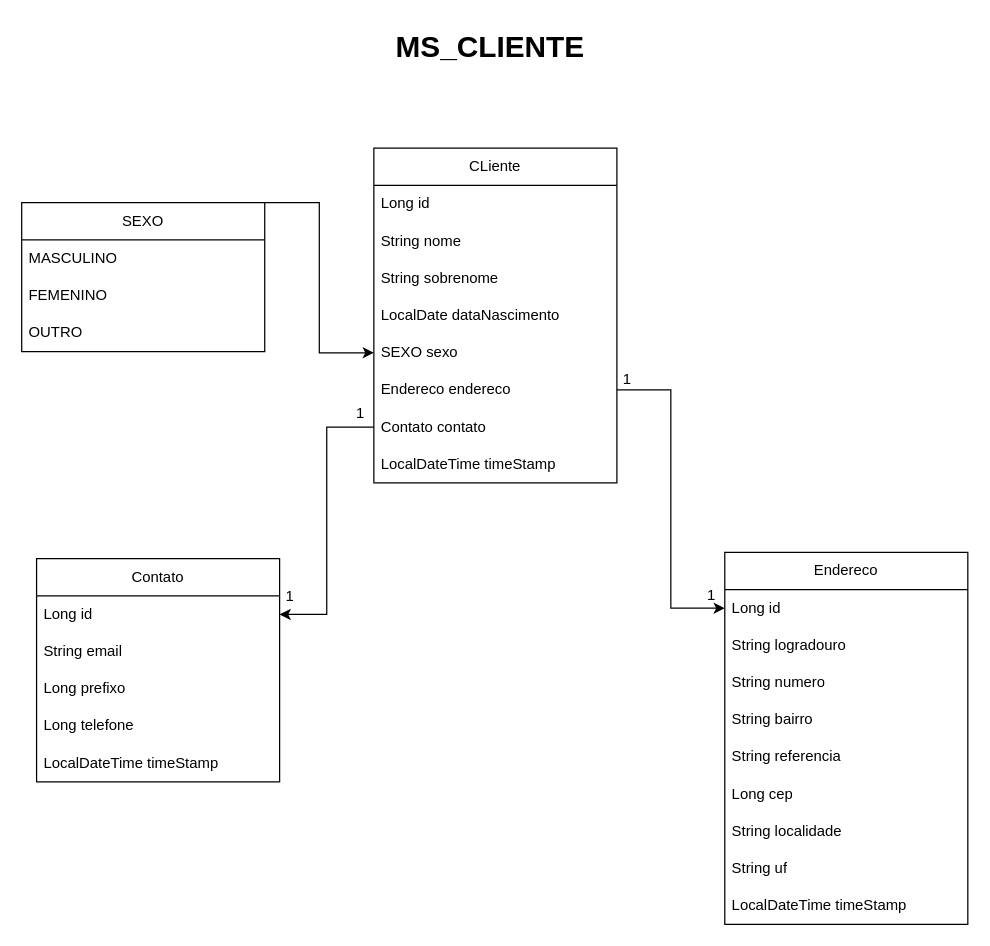
Before: page "Diagrama de entidade e relacionamento MS_Cliente" (2 of 5) of Doc/Diagrama de Entidade e Relacionamento.drawio in marcelquin/new-Backend-project-Services-FullStack, a draw.io diagram. Source tidied: cells renumbered, new cells numbered last; positions are measured from the earlier drawing's top-left corner, leaving out a move shared by most shapes. Both pictures are drawn from the tidied source at 124%, with x=0, y=0 at pixel (21, 21).
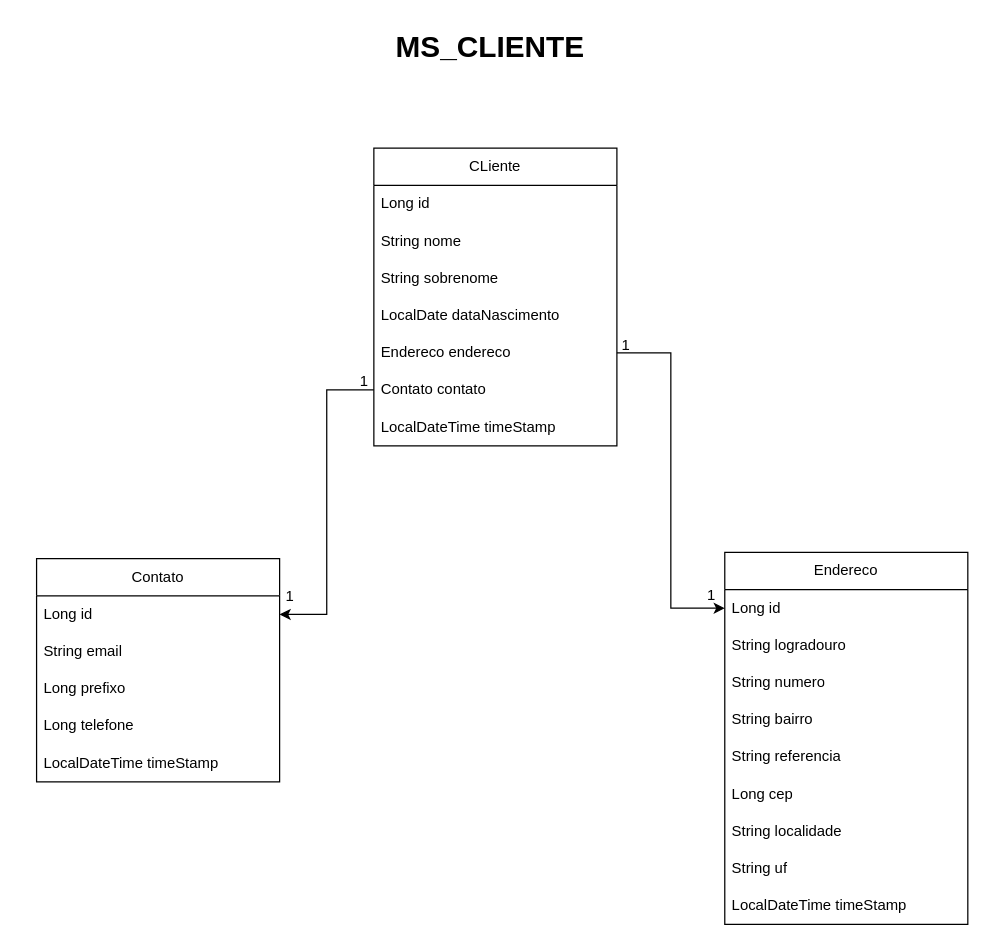
The same page after the edit.

Diff of the diagram source:
```diff
@@
-    <mxCell id="2" style="edgeStyle=orthogonalEdgeStyle;rounded=0;jettySize=auto;html=1;exitX=1;exitY=0;exitDx=0;exitDy=0;entryX=0;entryY=0.5;entryDx=0;entryDy=0;" parent="1" edge="1" source="3" target="12">
-      <mxGeometry relative="1" as="geometry">
-        <Array as="points">
-          <mxPoint x="240" y="146" />
-          <mxPoint x="240" y="267" />
-        </Array>
-      </mxGeometry>
-    </mxCell>
-    <mxCell id="3" value="SEXO" style="swimlane;fontStyle=0;horizontal=1;startSize=30;whiteSpace=wrap;html=1;" parent="1" vertex="1">
-      <mxGeometry y="146" width="196" height="120" as="geometry" />
-    </mxCell>
-    <mxCell id="4" value="MASCULINO" style="text;strokeColor=none;fillColor=none;align=left;verticalAlign=middle;spacingLeft=4;spacingRight=4;overflow=hidden;whiteSpace=wrap;html=1;" parent="3" vertex="1">
-      <mxGeometry y="30" width="196" height="30" as="geometry" />
-    </mxCell>
-    <mxCell id="5" value="FEMENINO" style="text;strokeColor=none;fillColor=none;align=left;verticalAlign=middle;spacingLeft=4;spacingRight=4;overflow=hidden;whiteSpace=wrap;html=1;" parent="3" vertex="1">
-      <mxGeometry y="60" width="196" height="30" as="geometry" />
-    </mxCell>
-    <mxCell id="6" value="OUTRO" style="text;strokeColor=none;fillColor=none;align=left;verticalAlign=middle;spacingLeft=4;spacingRight=4;overflow=hidden;whiteSpace=wrap;html=1;" parent="3" vertex="1">
-      <mxGeometry y="90" width="196" height="30" as="geometry" />
-    </mxCell>
     <mxCell id="7" value="CLiente" style="swimlane;fontStyle=0;horizontal=1;startSize=30;whiteSpace=wrap;html=1;" parent="1" vertex="1">
-      <mxGeometry x="284" y="102" width="196" height="270" as="geometry" />
+      <mxGeometry x="284" y="102" width="196" height="240" as="geometry" />
     </mxCell>
@@
-    <mxCell id="12" value="SEXO sexo" style="text;strokeColor=none;fillColor=none;align=left;verticalAlign=middle;spacingLeft=4;spacingRight=4;overflow=hidden;points=[[0,0.5],[1,0.5]];portConstraint=eastwest;whiteSpace=wrap;html=1;" parent="7" vertex="1">
-      <mxGeometry y="150" width="196" height="30" as="geometry" />
-    </mxCell>
     <mxCell id="13" value="Endereco endereco" style="text;strokeColor=none;fillColor=none;align=left;verticalAlign=middle;spacingLeft=4;spacingRight=4;overflow=hidden;points=[[0,0.5],[1,0.5]];portConstraint=eastwest;whiteSpace=wrap;html=1;" parent="7" vertex="1">
-      <mxGeometry y="180" width="196" height="30" as="geometry" />
+      <mxGeometry y="150" width="196" height="30" as="geometry" />
     </mxCell>
     <mxCell id="14" value="Contato contato" style="text;strokeColor=none;fillColor=none;align=left;verticalAlign=middle;spacingLeft=4;spacingRight=4;overflow=hidden;points=[[0,0.5],[1,0.5]];portConstraint=eastwest;whiteSpace=wrap;html=1;" parent="7" vertex="1">
-      <mxGeometry y="210" width="196" height="30" as="geometry" />
+      <mxGeometry y="180" width="196" height="30" as="geometry" />
     </mxCell>
     <mxCell id="15" value="LocalDateTime timeStamp" style="text;strokeColor=none;fillColor=none;align=left;verticalAlign=middle;spacingLeft=4;spacingRight=4;overflow=hidden;whiteSpace=wrap;html=1;" parent="7" vertex="1">
-      <mxGeometry y="240" width="196" height="30" as="geometry" />
+      <mxGeometry y="210" width="196" height="30" as="geometry" />
     </mxCell>
@@
     <mxCell id="35" value="1" style="text;html=1;align=center;verticalAlign=middle;strokeColor=none;fillColor=none;" parent="1" vertex="1">
-      <mxGeometry x="260" y="303" width="25" height="26" as="geometry" />
+      <mxGeometry x="263" y="277" width="25" height="26" as="geometry" />
     </mxCell>
@@
     <mxCell id="37" value="1" style="text;html=1;align=center;verticalAlign=middle;strokeColor=none;fillColor=none;" parent="1" vertex="1">
-      <mxGeometry x="475" y="276" width="25" height="26" as="geometry" />
+      <mxGeometry x="474" y="248" width="25" height="26" as="geometry" />
     </mxCell>
```
